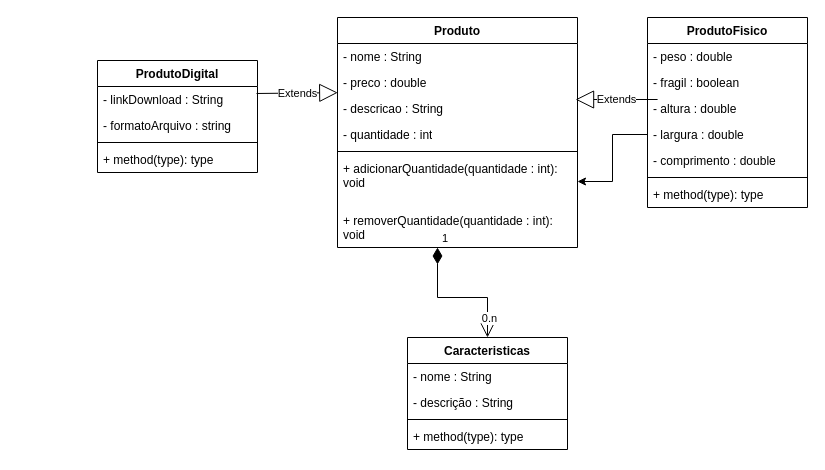
This is Diagrama sem nome.drawio from TiagoMello1557/oop_diagrams, a draw.io file, before an edit. Source tidied: cells renumbered, new cells numbered last; positions are measured from the earlier drawing's top-left corner, leaving out a move shared by most shapes. Both pictures are drawn from the tidied source at 100%, with x=0, y=0 at pixel (97, 17).
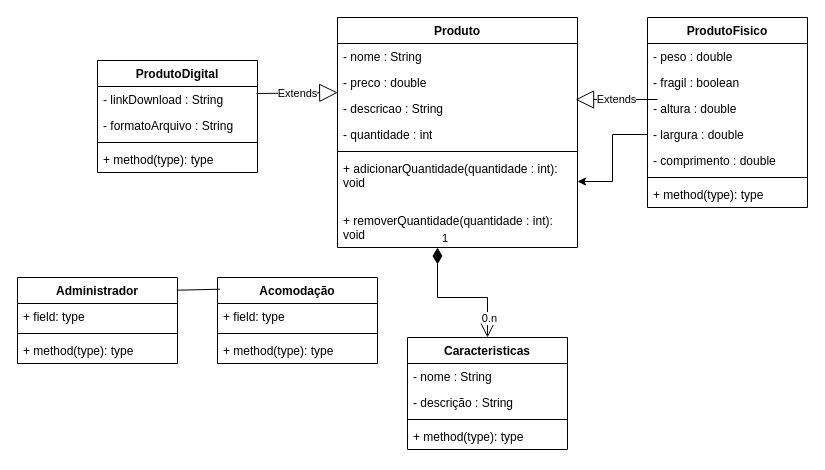
After the change.

Unchanged cells that the change refers to:
```xml
<mxCell id="18" value="ProdutoDigital" style="swimlane;fontStyle=1;align=center;verticalAlign=top;horizontal=1;startSize=26;whiteSpace=wrap;html=1;" parent="1" vertex="1">
  <mxGeometry y="43" width="160" height="112" as="geometry" />
</mxCell>
```

Change to the diagram source:
```diff
@@
-    <mxCell id="20" value="- formatoArquivo : string" style="text;strokeColor=none;fillColor=none;align=left;verticalAlign=top;spacingLeft=4;spacingRight=4;overflow=hidden;whiteSpace=wrap;html=1;" parent="18" vertex="1">
+    <mxCell id="20" value="- formatoArquivo : String" style="text;strokeColor=none;fillColor=none;align=left;verticalAlign=top;spacingLeft=4;spacingRight=4;overflow=hidden;whiteSpace=wrap;html=1;" parent="18" vertex="1">
       <mxGeometry y="52" width="160" height="26" as="geometry" />
     </mxCell>
@@
+    <mxCell id="33" value="Acomodação" style="swimlane;fontStyle=1;align=center;verticalAlign=top;horizontal=1;startSize=26;whiteSpace=wrap;html=1;" parent="1" vertex="1">
+      <mxGeometry x="120" y="260" width="160" height="86" as="geometry" />
+    </mxCell>
+    <mxCell id="34" value="+ field: type" style="text;strokeColor=none;fillColor=none;align=left;verticalAlign=top;spacingLeft=4;spacingRight=4;overflow=hidden;whiteSpace=wrap;html=1;" parent="33" vertex="1">
+      <mxGeometry y="26" width="160" height="26" as="geometry" />
+    </mxCell>
+    <mxCell id="35" style="line;strokeWidth=1;fillColor=none;align=left;verticalAlign=middle;spacingTop=-1;spacingLeft=3;spacingRight=3;labelPosition=right;strokeColor=inherit;" parent="33" vertex="1">
+      <mxGeometry y="52" width="160" height="8" as="geometry" />
+    </mxCell>
+    <mxCell id="36" value="+ method(type): type" style="text;strokeColor=none;fillColor=none;align=left;verticalAlign=top;spacingLeft=4;spacingRight=4;overflow=hidden;whiteSpace=wrap;html=1;" parent="33" vertex="1">
+      <mxGeometry y="60" width="160" height="26" as="geometry" />
+    </mxCell>
+    <mxCell id="37" value="Administrador" style="swimlane;fontStyle=1;align=center;verticalAlign=top;horizontal=1;startSize=26;whiteSpace=wrap;html=1;" parent="1" vertex="1">
+      <mxGeometry x="-80" y="260" width="160" height="86" as="geometry" />
+    </mxCell>
+    <mxCell id="38" value="+ field: type" style="text;strokeColor=none;fillColor=none;align=left;verticalAlign=top;spacingLeft=4;spacingRight=4;overflow=hidden;whiteSpace=wrap;html=1;" parent="37" vertex="1">
+      <mxGeometry y="26" width="160" height="26" as="geometry" />
+    </mxCell>
+    <mxCell id="39" style="line;strokeWidth=1;fillColor=none;align=left;verticalAlign=middle;spacingTop=-1;spacingLeft=3;spacingRight=3;labelPosition=right;strokeColor=inherit;" parent="37" vertex="1">
+      <mxGeometry y="52" width="160" height="8" as="geometry" />
+    </mxCell>
+    <mxCell id="40" value="+ method(type): type" style="text;strokeColor=none;fillColor=none;align=left;verticalAlign=top;spacingLeft=4;spacingRight=4;overflow=hidden;whiteSpace=wrap;html=1;" parent="37" vertex="1">
+      <mxGeometry y="60" width="160" height="26" as="geometry" />
+    </mxCell>
+    <mxCell id="41" style="endArrow=none;html=1;rounded=0;exitX=0.995;exitY=0.148;exitDx=0;exitDy=0;exitPerimeter=0;entryX=0.016;entryY=0.136;entryDx=0;entryDy=0;entryPerimeter=0;" parent="1" edge="1" source="37" target="33">
+      <mxGeometry relative="1" as="geometry" />
+    </mxCell>
```
